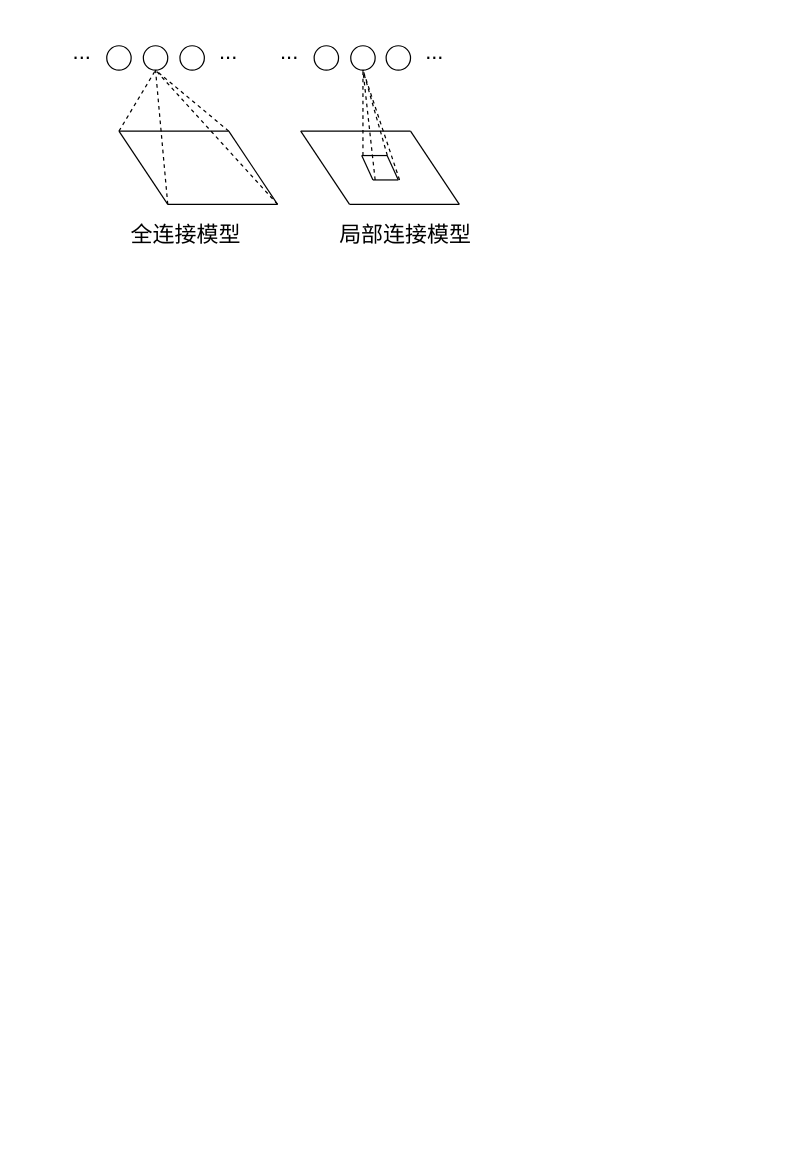
This is Untitled Diagram.drawio from LinxieMuxing/MACHINE_LEARNING, a draw.io file, before an edit. Source tidied: cells renumbered, new cells numbered last; positions are measured from the earlier drawing's top-left corner, leaving out a move shared by most shapes. Both pictures are drawn from the tidied source at 122%, with x=0, y=0 at pixel (45, 33).
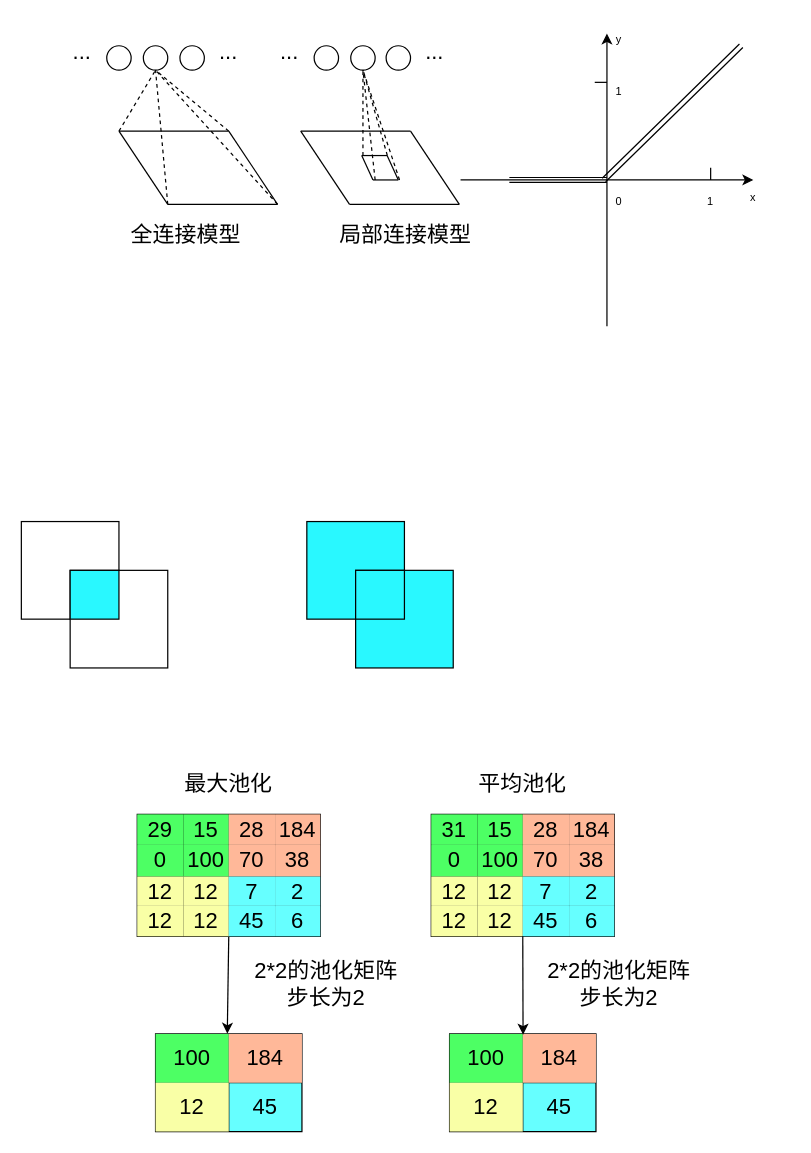
After the change.

Diff of the diagram source:
```diff
@@
+    <mxCell id="37" style="whiteSpace=wrap;html=1;fontSize=18;" parent="1" vertex="1">
+      <mxGeometry x="-20" y="400" width="80" height="80" as="geometry" />
+    </mxCell>
+    <mxCell id="38" style="whiteSpace=wrap;html=1;fontSize=18;" parent="1" vertex="1">
+      <mxGeometry x="20" y="440" width="80" height="80" as="geometry" />
+    </mxCell>
+    <mxCell id="39" style="rounded=0;whiteSpace=wrap;html=1;fontSize=18;fillColor=#29F8FF;" parent="1" vertex="1">
+      <mxGeometry x="20" y="440" width="40" height="40" as="geometry" />
+    </mxCell>
+    <mxCell id="40" style="whiteSpace=wrap;html=1;fontSize=18;fillColor=#29F8FF;" parent="1" vertex="1">
+      <mxGeometry x="214" y="400" width="80" height="80" as="geometry" />
+    </mxCell>
+    <mxCell id="41" style="whiteSpace=wrap;html=1;fontSize=18;fillColor=#29F8FF;" parent="1" vertex="1">
+      <mxGeometry x="254" y="440" width="80" height="80" as="geometry" />
+    </mxCell>
+    <mxCell id="42" style="rounded=0;whiteSpace=wrap;html=1;fontSize=18;fillColor=#29F8FF;" parent="1" vertex="1">
+      <mxGeometry x="254" y="440" width="40" height="40" as="geometry" />
+    </mxCell>
+    <mxCell id="43" style="rounded=0;jettySize=auto;html=1;exitX=0.5;exitY=1;exitDx=0;exitDy=0;entryX=0.49;entryY=-0.005;entryDx=0;entryDy=0;entryPerimeter=0;fontSize=18;" parent="1" edge="1" source="44" target="87">
+      <mxGeometry relative="1" as="geometry" />
+    </mxCell>
+    <mxCell id="44" style="shape=table;html=1;whiteSpace=wrap;startSize=0;childLayout=tableLayout;fontSize=18;fillColor=#FFFFFF;" parent="1" vertex="1">
+      <mxGeometry x="75" y="640" width="150" height="100" as="geometry" />
+    </mxCell>
+    <mxCell id="45" style="shape=tableRow;horizontal=0;startSize=0;swimlaneHead=0;swimlaneBody=0;top=0;left=0;bottom=0;right=0;fillColor=none;fontSize=18;" parent="44" vertex="1">
+      <mxGeometry width="150" height="25" as="geometry" />
+    </mxCell>
+    <mxCell id="46" value="29" style="shape=partialRectangle;html=1;whiteSpace=wrap;fillColor=#4DFF64;top=0;left=0;bottom=0;right=0;overflow=hidden;fontSize=18;" parent="45" vertex="1">
+      <mxGeometry width="38" height="25" as="geometry" />
+    </mxCell>
+    <mxCell id="47" value="15" style="shape=partialRectangle;html=1;whiteSpace=wrap;fillColor=#4DFF64;top=0;left=0;bottom=0;right=0;overflow=hidden;fontSize=18;" parent="45" vertex="1">
+      <mxGeometry x="38" width="37" height="25" as="geometry" />
+    </mxCell>
+    <mxCell id="48" value="28" style="shape=partialRectangle;html=1;whiteSpace=wrap;fillColor=#FFB899;top=0;left=0;bottom=0;right=0;overflow=hidden;fontSize=18;" parent="45" vertex="1">
+      <mxGeometry x="75" width="38" height="25" as="geometry" />
+    </mxCell>
+    <mxCell id="49" value="184" style="shape=partialRectangle;html=1;whiteSpace=wrap;fillColor=#FFB899;top=0;left=0;bottom=0;right=0;overflow=hidden;fontSize=18;" parent="45" vertex="1">
+      <mxGeometry x="113" width="37" height="25" as="geometry" />
+    </mxCell>
+    <mxCell id="50" style="shape=tableRow;horizontal=0;startSize=0;swimlaneHead=0;swimlaneBody=0;top=0;left=0;bottom=0;right=0;fillColor=none;fontSize=18;" parent="44" vertex="1">
+      <mxGeometry y="25" width="150" height="26" as="geometry" />
+    </mxCell>
+    <mxCell id="51" value="0" style="shape=partialRectangle;html=1;whiteSpace=wrap;fillColor=#4DFF64;top=0;left=0;bottom=0;right=0;overflow=hidden;fontSize=18;" parent="50" vertex="1">
+      <mxGeometry width="38" height="26" as="geometry" />
+    </mxCell>
+    <mxCell id="52" value="100" style="shape=partialRectangle;html=1;whiteSpace=wrap;fillColor=#4DFF64;top=0;left=0;bottom=0;right=0;overflow=hidden;fontSize=18;" parent="50" vertex="1">
+      <mxGeometry x="38" width="37" height="26" as="geometry" />
+    </mxCell>
+    <mxCell id="53" value="70" style="shape=partialRectangle;html=1;whiteSpace=wrap;fillColor=#FFB899;top=0;left=0;bottom=0;right=0;overflow=hidden;fontSize=18;" parent="50" vertex="1">
+      <mxGeometry x="75" width="38" height="26" as="geometry" />
+    </mxCell>
+    <mxCell id="54" value="38" style="shape=partialRectangle;html=1;whiteSpace=wrap;fillColor=#FFB899;top=0;left=0;bottom=0;right=0;overflow=hidden;fontSize=18;" parent="50" vertex="1">
+      <mxGeometry x="113" width="37" height="26" as="geometry" />
+    </mxCell>
+    <mxCell id="55" style="shape=tableRow;horizontal=0;startSize=0;swimlaneHead=0;swimlaneBody=0;top=0;left=0;bottom=0;right=0;fillColor=none;fontSize=18;" parent="44" vertex="1">
+      <mxGeometry y="51" width="150" height="24" as="geometry" />
+    </mxCell>
+    <mxCell id="56" value="12" style="shape=partialRectangle;html=1;whiteSpace=wrap;fillColor=#F9FFA6;top=0;left=0;bottom=0;right=0;overflow=hidden;fontSize=18;" parent="55" vertex="1">
+      <mxGeometry width="38" height="24" as="geometry" />
+    </mxCell>
+    <mxCell id="57" value="12" style="shape=partialRectangle;html=1;whiteSpace=wrap;fillColor=#F9FFA6;top=0;left=0;bottom=0;right=0;overflow=hidden;fontSize=18;" parent="55" vertex="1">
+      <mxGeometry x="38" width="37" height="24" as="geometry" />
+    </mxCell>
+    <mxCell id="58" value="7" style="shape=partialRectangle;html=1;whiteSpace=wrap;fillColor=#66FFFF;top=0;left=0;bottom=0;right=0;overflow=hidden;fontSize=18;" parent="55" vertex="1">
+      <mxGeometry x="75" width="38" height="24" as="geometry" />
+    </mxCell>
+    <mxCell id="59" value="2" style="shape=partialRectangle;html=1;whiteSpace=wrap;fillColor=#66FFFF;top=0;left=0;bottom=0;right=0;overflow=hidden;fontSize=18;" parent="55" vertex="1">
+      <mxGeometry x="113" width="37" height="24" as="geometry" />
+    </mxCell>
+    <mxCell id="60" style="shape=tableRow;horizontal=0;startSize=0;swimlaneHead=0;swimlaneBody=0;top=0;left=0;bottom=0;right=0;fillColor=none;fontSize=18;" parent="44" vertex="1">
+      <mxGeometry y="75" width="150" height="25" as="geometry" />
+    </mxCell>
+    <mxCell id="61" value="12" style="shape=partialRectangle;html=1;whiteSpace=wrap;fillColor=#F9FFA6;top=0;left=0;bottom=0;right=0;overflow=hidden;fontSize=18;" parent="60" vertex="1">
+      <mxGeometry width="38" height="25" as="geometry" />
+    </mxCell>
+    <mxCell id="62" value="12" style="shape=partialRectangle;html=1;whiteSpace=wrap;fillColor=#F9FFA6;top=0;left=0;bottom=0;right=0;overflow=hidden;fontSize=18;" parent="60" vertex="1">
+      <mxGeometry x="38" width="37" height="25" as="geometry" />
+    </mxCell>
+    <mxCell id="63" value="45" style="shape=partialRectangle;html=1;whiteSpace=wrap;fillColor=#66FFFF;top=0;left=0;bottom=0;right=0;overflow=hidden;fontSize=18;" parent="60" vertex="1">
+      <mxGeometry x="75" width="38" height="25" as="geometry" />
+    </mxCell>
+    <mxCell id="64" value="6" style="shape=partialRectangle;html=1;whiteSpace=wrap;fillColor=#66FFFF;top=0;left=0;bottom=0;right=0;overflow=hidden;fontSize=18;" parent="60" vertex="1">
+      <mxGeometry x="113" width="37" height="25" as="geometry" />
+    </mxCell>
+    <mxCell id="65" style="shape=table;html=1;whiteSpace=wrap;startSize=0;childLayout=tableLayout;fontSize=18;fillColor=#FFFFFF;" parent="1" vertex="1">
+      <mxGeometry x="316" y="640" width="150" height="100" as="geometry" />
+    </mxCell>
+    <mxCell id="66" style="shape=tableRow;horizontal=0;startSize=0;swimlaneHead=0;swimlaneBody=0;top=0;left=0;bottom=0;right=0;fillColor=none;fontSize=18;" parent="65" vertex="1">
+      <mxGeometry width="150" height="25" as="geometry" />
+    </mxCell>
+    <mxCell id="67" value="31" style="shape=partialRectangle;html=1;whiteSpace=wrap;fillColor=#4DFF64;top=0;left=0;bottom=0;right=0;overflow=hidden;fontSize=18;" parent="66" vertex="1">
+      <mxGeometry width="38" height="25" as="geometry" />
+    </mxCell>
+    <mxCell id="68" value="15" style="shape=partialRectangle;html=1;whiteSpace=wrap;fillColor=#4DFF64;top=0;left=0;bottom=0;right=0;overflow=hidden;fontSize=18;" parent="66" vertex="1">
+      <mxGeometry x="38" width="37" height="25" as="geometry" />
+    </mxCell>
+    <mxCell id="69" value="28" style="shape=partialRectangle;html=1;whiteSpace=wrap;fillColor=#FFB899;top=0;left=0;bottom=0;right=0;overflow=hidden;fontSize=18;" parent="66" vertex="1">
+      <mxGeometry x="75" width="38" height="25" as="geometry" />
+    </mxCell>
+    <mxCell id="70" value="184" style="shape=partialRectangle;html=1;whiteSpace=wrap;fillColor=#FFB899;top=0;left=0;bottom=0;right=0;overflow=hidden;fontSize=18;" parent="66" vertex="1">
+      <mxGeometry x="113" width="37" height="25" as="geometry" />
+    </mxCell>
+    <mxCell id="71" style="shape=tableRow;horizontal=0;startSize=0;swimlaneHead=0;swimlaneBody=0;top=0;left=0;bottom=0;right=0;fillColor=none;fontSize=18;" parent="65" vertex="1">
+      <mxGeometry y="25" width="150" height="26" as="geometry" />
+    </mxCell>
+    <mxCell id="72" value="0" style="shape=partialRectangle;html=1;whiteSpace=wrap;fillColor=#4DFF64;top=0;left=0;bottom=0;right=0;overflow=hidden;fontSize=18;" parent="71" vertex="1">
+      <mxGeometry width="38" height="26" as="geometry" />
+    </mxCell>
+    <mxCell id="73" value="100" style="shape=partialRectangle;html=1;whiteSpace=wrap;fillColor=#4DFF64;top=0;left=0;bottom=0;right=0;overflow=hidden;fontSize=18;" parent="71" vertex="1">
+      <mxGeometry x="38" width="37" height="26" as="geometry" />
+    </mxCell>
+    <mxCell id="74" value="70" style="shape=partialRectangle;html=1;whiteSpace=wrap;fillColor=#FFB899;top=0;left=0;bottom=0;right=0;overflow=hidden;fontSize=18;" parent="71" vertex="1">
+      <mxGeometry x="75" width="38" height="26" as="geometry" />
+    </mxCell>
+    <mxCell id="75" value="38" style="shape=partialRectangle;html=1;whiteSpace=wrap;fillColor=#FFB899;top=0;left=0;bottom=0;right=0;overflow=hidden;fontSize=18;" parent="71" vertex="1">
+      <mxGeometry x="113" width="37" height="26" as="geometry" />
+    </mxCell>
+    <mxCell id="76" style="shape=tableRow;horizontal=0;startSize=0;swimlaneHead=0;swimlaneBody=0;top=0;left=0;bottom=0;right=0;fillColor=none;fontSize=18;" parent="65" vertex="1">
+      <mxGeometry y="51" width="150" height="24" as="geometry" />
+    </mxCell>
+    <mxCell id="77" value="12" style="shape=partialRectangle;html=1;whiteSpace=wrap;fillColor=#F9FFA6;top=0;left=0;bottom=0;right=0;overflow=hidden;fontSize=18;" parent="76" vertex="1">
+      <mxGeometry width="38" height="24" as="geometry" />
+    </mxCell>
+    <mxCell id="78" value="12" style="shape=partialRectangle;html=1;whiteSpace=wrap;fillColor=#F9FFA6;top=0;left=0;bottom=0;right=0;overflow=hidden;fontSize=18;" parent="76" vertex="1">
+      <mxGeometry x="38" width="37" height="24" as="geometry" />
+    </mxCell>
+    <mxCell id="79" value="7" style="shape=partialRectangle;html=1;whiteSpace=wrap;fillColor=#66FFFF;top=0;left=0;bottom=0;right=0;overflow=hidden;fontSize=18;" parent="76" vertex="1">
+      <mxGeometry x="75" width="38" height="24" as="geometry" />
+    </mxCell>
+    <mxCell id="80" value="2" style="shape=partialRectangle;html=1;whiteSpace=wrap;fillColor=#66FFFF;top=0;left=0;bottom=0;right=0;overflow=hidden;fontSize=18;" parent="76" vertex="1">
+      <mxGeometry x="113" width="37" height="24" as="geometry" />
+    </mxCell>
+    <mxCell id="81" style="shape=tableRow;horizontal=0;startSize=0;swimlaneHead=0;swimlaneBody=0;top=0;left=0;bottom=0;right=0;fillColor=none;fontSize=18;" parent="65" vertex="1">
+      <mxGeometry y="75" width="150" height="25" as="geometry" />
+    </mxCell>
+    <mxCell id="82" value="12" style="shape=partialRectangle;html=1;whiteSpace=wrap;fillColor=#F9FFA6;top=0;left=0;bottom=0;right=0;overflow=hidden;fontSize=18;" parent="81" vertex="1">
+      <mxGeometry width="38" height="25" as="geometry" />
+    </mxCell>
+    <mxCell id="83" value="12" style="shape=partialRectangle;html=1;whiteSpace=wrap;fillColor=#F9FFA6;top=0;left=0;bottom=0;right=0;overflow=hidden;fontSize=18;" parent="81" vertex="1">
+      <mxGeometry x="38" width="37" height="25" as="geometry" />
+    </mxCell>
+    <mxCell id="84" value="45" style="shape=partialRectangle;html=1;whiteSpace=wrap;fillColor=#66FFFF;top=0;left=0;bottom=0;right=0;overflow=hidden;fontSize=18;" parent="81" vertex="1">
+      <mxGeometry x="75" width="38" height="25" as="geometry" />
+    </mxCell>
+    <mxCell id="85" value="6" style="shape=partialRectangle;html=1;whiteSpace=wrap;fillColor=#66FFFF;top=0;left=0;bottom=0;right=0;overflow=hidden;fontSize=18;" parent="81" vertex="1">
+      <mxGeometry x="113" width="37" height="25" as="geometry" />
+    </mxCell>
+    <mxCell id="86" style="shape=table;html=1;whiteSpace=wrap;startSize=0;childLayout=tableLayout;fontSize=18;fillColor=#66FFFF;" parent="1" vertex="1">
+      <mxGeometry x="90" y="820" width="120" height="80" as="geometry" />
+    </mxCell>
+    <mxCell id="87" style="shape=tableRow;horizontal=0;startSize=0;swimlaneHead=0;swimlaneBody=0;top=0;left=0;bottom=0;right=0;fillColor=none;points=[[0,0.5],[1,0.5]];portConstraint=eastwest;fontSize=18;" parent="86" vertex="1">
+      <mxGeometry width="120" height="40" as="geometry" />
+    </mxCell>
+    <mxCell id="88" value="100" style="shape=partialRectangle;html=1;whiteSpace=wrap;fillColor=#4DFF64;top=0;left=0;bottom=0;right=0;overflow=hidden;fontSize=18;" parent="87" vertex="1">
+      <mxGeometry width="60" height="40" as="geometry" />
+    </mxCell>
+    <mxCell id="89" value="184" style="shape=partialRectangle;html=1;whiteSpace=wrap;fillColor=#FFB899;top=0;left=0;bottom=0;right=0;overflow=hidden;fontSize=18;" parent="87" vertex="1">
+      <mxGeometry x="60" width="60" height="40" as="geometry" />
+    </mxCell>
+    <mxCell id="90" style="shape=tableRow;horizontal=0;startSize=0;swimlaneHead=0;swimlaneBody=0;top=0;left=0;bottom=0;right=0;fillColor=none;fontSize=18;" parent="86" vertex="1">
+      <mxGeometry y="40" width="120" height="40" as="geometry" />
+    </mxCell>
+    <mxCell id="91" value="12" style="shape=partialRectangle;html=1;whiteSpace=wrap;fillColor=#F9FFA6;top=0;left=0;bottom=0;right=0;overflow=hidden;fontSize=18;" parent="90" vertex="1">
+      <mxGeometry width="60" height="40" as="geometry" />
+    </mxCell>
+    <mxCell id="92" value="45" style="shape=partialRectangle;html=1;whiteSpace=wrap;fillColor=none;top=0;left=0;bottom=0;right=0;overflow=hidden;fontSize=18;" parent="90" vertex="1">
+      <mxGeometry x="60" width="60" height="40" as="geometry" />
+    </mxCell>
+    <mxCell id="93" style="shape=table;html=1;whiteSpace=wrap;startSize=0;childLayout=tableLayout;fontSize=18;fillColor=#66FFFF;" parent="1" vertex="1">
+      <mxGeometry x="331" y="820" width="120" height="80" as="geometry" />
+    </mxCell>
+    <mxCell id="94" style="shape=tableRow;horizontal=0;startSize=0;swimlaneHead=0;swimlaneBody=0;top=0;left=0;bottom=0;right=0;fillColor=none;points=[[0,0.5],[1,0.5]];portConstraint=eastwest;fontSize=18;" parent="93" vertex="1">
+      <mxGeometry width="120" height="40" as="geometry" />
+    </mxCell>
+    <mxCell id="95" value="100" style="shape=partialRectangle;html=1;whiteSpace=wrap;fillColor=#4DFF64;top=0;left=0;bottom=0;right=0;overflow=hidden;fontSize=18;" parent="94" vertex="1">
+      <mxGeometry width="60" height="40" as="geometry" />
+    </mxCell>
+    <mxCell id="96" value="184" style="shape=partialRectangle;html=1;whiteSpace=wrap;fillColor=#FFB899;top=0;left=0;bottom=0;right=0;overflow=hidden;fontSize=18;" parent="94" vertex="1">
+      <mxGeometry x="60" width="60" height="40" as="geometry" />
+    </mxCell>
+    <mxCell id="97" style="shape=tableRow;horizontal=0;startSize=0;swimlaneHead=0;swimlaneBody=0;top=0;left=0;bottom=0;right=0;fillColor=none;fontSize=18;" parent="93" vertex="1">
+      <mxGeometry y="40" width="120" height="40" as="geometry" />
+    </mxCell>
+    <mxCell id="98" value="12" style="shape=partialRectangle;html=1;whiteSpace=wrap;fillColor=#F9FFA6;top=0;left=0;bottom=0;right=0;overflow=hidden;fontSize=18;" parent="97" vertex="1">
+      <mxGeometry width="60" height="40" as="geometry" />
+    </mxCell>
+    <mxCell id="99" value="45" style="shape=partialRectangle;html=1;whiteSpace=wrap;fillColor=none;top=0;left=0;bottom=0;right=0;overflow=hidden;fontSize=18;" parent="97" vertex="1">
+      <mxGeometry x="60" width="60" height="40" as="geometry" />
+    </mxCell>
+    <mxCell id="100" value="最大池化" style="text;html=1;strokeColor=none;fillColor=none;align=center;verticalAlign=middle;whiteSpace=wrap;rounded=0;fontSize=18;" parent="1" vertex="1">
+      <mxGeometry x="110" y="600" width="80" height="30" as="geometry" />
+    </mxCell>
+    <mxCell id="101" value="平均池化" style="text;html=1;strokeColor=none;fillColor=none;align=center;verticalAlign=middle;whiteSpace=wrap;rounded=0;fontSize=18;" parent="1" vertex="1">
+      <mxGeometry x="352" y="600" width="78" height="30" as="geometry" />
+    </mxCell>
+    <mxCell id="102" style="endArrow=classic;html=1;rounded=0;fontSize=18;exitX=0.5;exitY=1;exitDx=0;exitDy=0;entryX=0.502;entryY=0.015;entryDx=0;entryDy=0;entryPerimeter=0;" parent="1" edge="1" source="65" target="94">
+      <mxGeometry relative="1" as="geometry" />
+    </mxCell>
+    <mxCell id="103" value="2*2的池化矩阵&lt;br&gt;步长为2" style="text;html=1;strokeColor=none;fillColor=none;align=center;verticalAlign=middle;whiteSpace=wrap;rounded=0;fontSize=18;" parent="1" vertex="1">
+      <mxGeometry x="160" y="770" width="140" height="20" as="geometry" />
+    </mxCell>
+    <mxCell id="104" value="2*2的池化矩阵&lt;br&gt;步长为2" style="text;html=1;strokeColor=none;fillColor=none;align=center;verticalAlign=middle;whiteSpace=wrap;rounded=0;fontSize=18;" parent="1" vertex="1">
+      <mxGeometry x="400" y="770" width="140" height="20" as="geometry" />
+    </mxCell>
+    <mxCell id="105" style="endArrow=classic;html=1;rounded=0;fontSize=18;" parent="1" edge="1">
+      <mxGeometry relative="1" as="geometry">
+        <mxPoint x="340" y="120" as="sourcePoint" />
+        <mxPoint x="580" y="120" as="targetPoint" />
+      </mxGeometry>
+    </mxCell>
+    <mxCell id="106" style="endArrow=classic;html=1;rounded=0;fontSize=18;" parent="1" edge="1">
+      <mxGeometry relative="1" as="geometry">
+        <mxPoint x="460" y="240" as="sourcePoint" />
+        <mxPoint x="460" as="targetPoint" />
+      </mxGeometry>
+    </mxCell>
+    <mxCell id="107" value="&lt;font style=&quot;font-size: 9px;&quot;&gt;0&lt;/font&gt;" style="text;html=1;strokeColor=none;fillColor=none;align=center;verticalAlign=middle;whiteSpace=wrap;rounded=0;fontSize=18;" parent="1" vertex="1">
+      <mxGeometry x="445" y="120" width="50" height="30" as="geometry" />
+    </mxCell>
+    <mxCell id="108" value="&lt;font style=&quot;font-size: 9px;&quot;&gt;1&lt;/font&gt;" style="text;html=1;strokeColor=none;fillColor=none;align=center;verticalAlign=middle;whiteSpace=wrap;rounded=0;fontSize=18;" parent="1" vertex="1">
+      <mxGeometry x="520" y="120" width="50" height="30" as="geometry" />
+    </mxCell>
+    <mxCell id="109" value="&lt;font style=&quot;font-size: 9px;&quot;&gt;1&lt;/font&gt;" style="text;html=1;strokeColor=none;fillColor=none;align=center;verticalAlign=middle;whiteSpace=wrap;rounded=0;fontSize=18;" parent="1" vertex="1">
+      <mxGeometry x="445" y="30" width="50" height="30" as="geometry" />
+    </mxCell>
+    <mxCell id="110" style="endArrow=none;html=1;rounded=0;fontSize=9;" parent="1" edge="1">
+      <mxGeometry relative="1" as="geometry">
+        <mxPoint x="450" y="40" as="sourcePoint" />
+        <mxPoint x="460" y="40" as="targetPoint" />
+      </mxGeometry>
+    </mxCell>
+    <mxCell id="111" style="endArrow=none;html=1;rounded=0;fontSize=9;entryX=0.5;entryY=0;entryDx=0;entryDy=0;" parent="1" edge="1" target="108">
+      <mxGeometry relative="1" as="geometry">
+        <mxPoint x="545" y="110" as="sourcePoint" />
+      </mxGeometry>
+    </mxCell>
+    <mxCell id="112" value="x" style="text;html=1;strokeColor=none;fillColor=none;align=center;verticalAlign=middle;whiteSpace=wrap;rounded=0;fontSize=9;" parent="1" vertex="1">
+      <mxGeometry x="550" y="120" width="60" height="30" as="geometry" />
+    </mxCell>
+    <mxCell id="113" value="y" style="text;html=1;strokeColor=none;fillColor=none;align=center;verticalAlign=middle;whiteSpace=wrap;rounded=0;fontSize=9;" parent="1" vertex="1">
+      <mxGeometry x="440" y="-10" width="60" height="30" as="geometry" />
+    </mxCell>
+    <mxCell id="114" style="shape=link;html=1;rounded=0;fontSize=9;" parent="1" edge="1">
+      <mxGeometry relative="1" as="geometry">
+        <mxPoint x="380" y="120" as="sourcePoint" />
+        <mxPoint x="460" y="120" as="targetPoint" />
+      </mxGeometry>
+    </mxCell>
+    <mxCell id="115" style="shape=link;html=1;rounded=0;fontSize=9;exitX=0.25;exitY=0;exitDx=0;exitDy=0;" parent="1" edge="1" source="107">
+      <mxGeometry relative="1" as="geometry">
+        <mxPoint x="570" y="10" as="targetPoint" />
+      </mxGeometry>
+    </mxCell>
```
